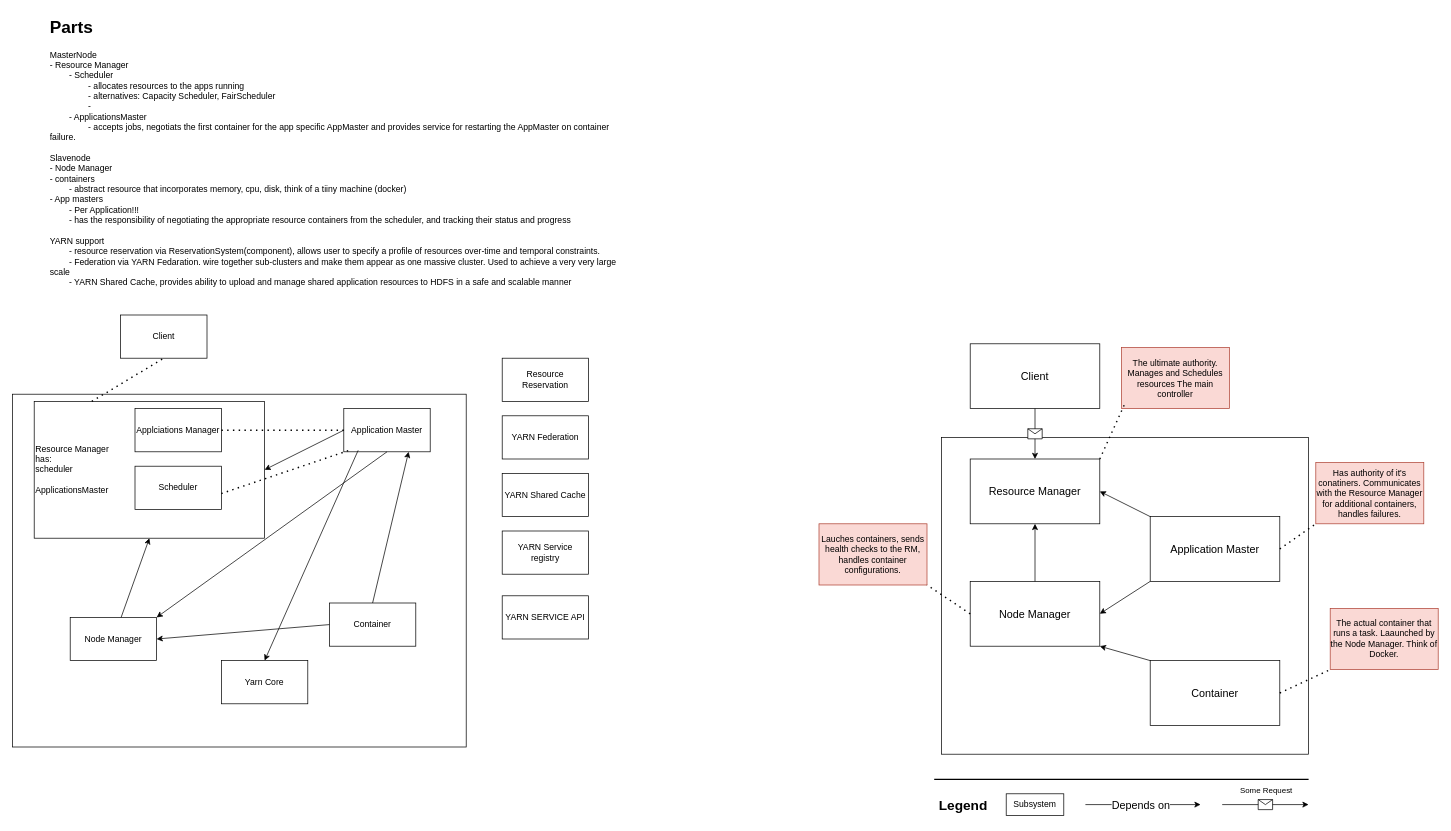
Amir-kar/EECS4314-GroupD keeps this draw.io diagram as YARNConceptualArchitecture.drawio. Above is the earlier version. Source tidied: cells renumbered, new cells numbered last; positions are measured from the earlier drawing's top-left corner, leaving out a move shared by most shapes. Both pictures are drawn from the tidied source at 72%, with x=0, y=0 at pixel (12, 12).
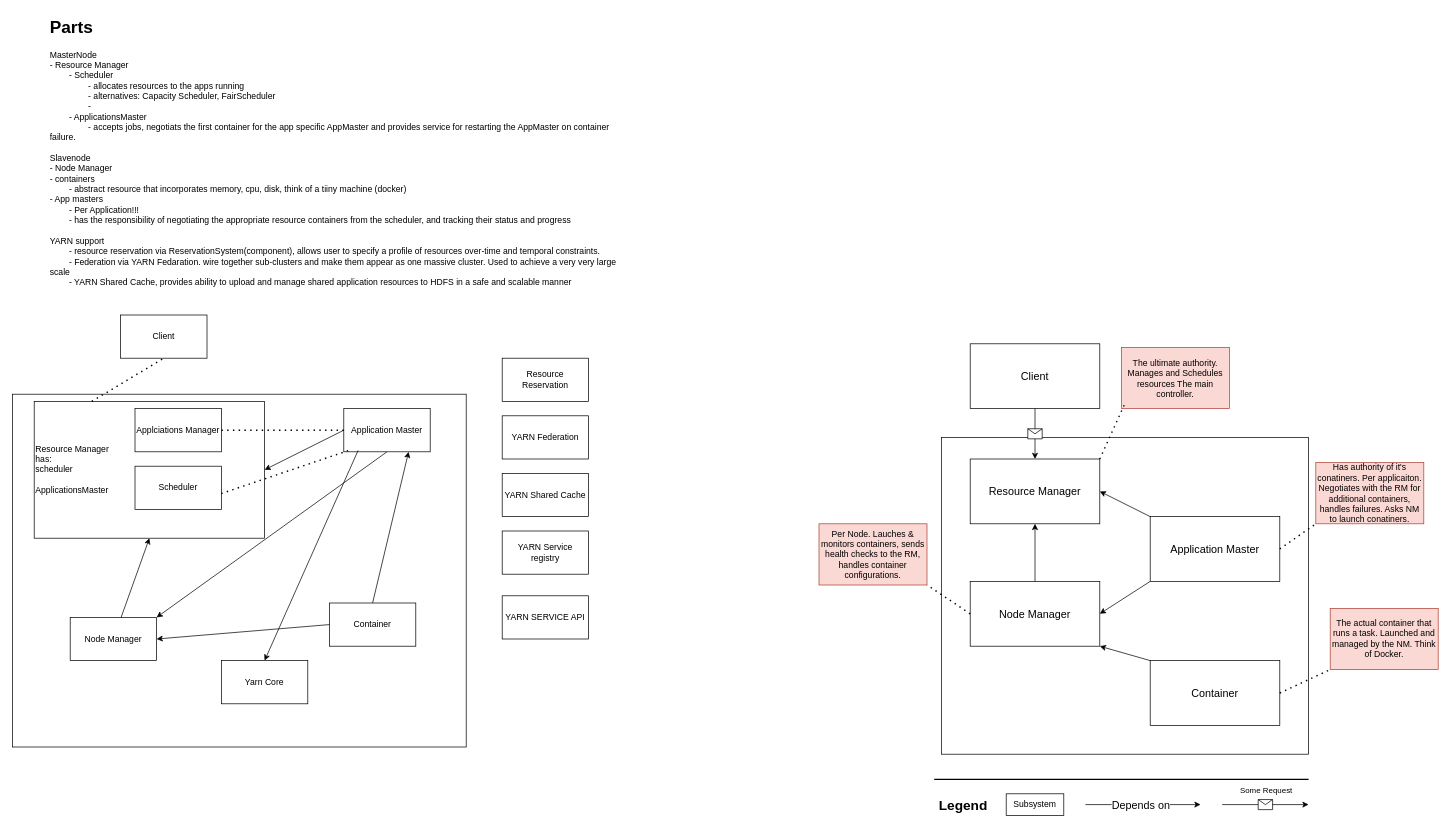
After the change.

Commit message:
fix text boxes. Onto making next step of layer

What changed in the source:
```diff
@@
-    <mxCell id="38" value="The ultimate authority. Manages and Schedules resources The main controller" style="html=1;whiteSpace=wrap;fillColor=#fad9d5;strokeColor=#ae4132;" parent="1" vertex="1">
+    <mxCell id="38" value="The ultimate authority. Manages and Schedules resources The main controller." style="html=1;whiteSpace=wrap;fillColor=#fad9d5;strokeColor=#ae4132;" parent="1" vertex="1">
       <mxGeometry x="1540" y="465" width="150" height="85" as="geometry" />
     </mxCell>
@@
-    <mxCell id="40" value="Has authority of it's conatiners. Communicates with the Resource Manager for additional containers, handles failures." style="html=1;whiteSpace=wrap;fillColor=#fad9d5;strokeColor=#ae4132;" parent="1" vertex="1">
+    <mxCell id="40" value="Has authority of it's conatiners. Per applicaiton. Negotiates with the RM for additional containers, handles failures. Asks NM to launch conatiners." style="html=1;whiteSpace=wrap;fillColor=#fad9d5;strokeColor=#ae4132;" parent="1" vertex="1">
       <mxGeometry x="1810" y="625" width="150" height="85" as="geometry" />
     </mxCell>
@@
-    <mxCell id="42" value="Lauches containers, sends health checks to the RM, handles container configurations." style="html=1;whiteSpace=wrap;fillColor=#fad9d5;strokeColor=#ae4132;" parent="1" vertex="1">
+    <mxCell id="42" value="Per Node. Lauches &amp;amp; monitors containers, sends health checks to the RM, handles container configurations." style="html=1;whiteSpace=wrap;fillColor=#fad9d5;strokeColor=#ae4132;" parent="1" vertex="1">
       <mxGeometry x="1120" y="710" width="150" height="85" as="geometry" />
     </mxCell>
@@
-    <mxCell id="44" value="The actual container that runs a task. Laaunched by the Node Manager. Think of Docker." style="html=1;whiteSpace=wrap;fillColor=#fad9d5;strokeColor=#ae4132;" parent="1" vertex="1">
+    <mxCell id="44" value="The actual container that runs a task. Launched and managed by the NM. Think of Docker." style="html=1;whiteSpace=wrap;fillColor=#fad9d5;strokeColor=#ae4132;" parent="1" vertex="1">
       <mxGeometry x="1830" y="827.5" width="150" height="85" as="geometry" />
     </mxCell>
```
